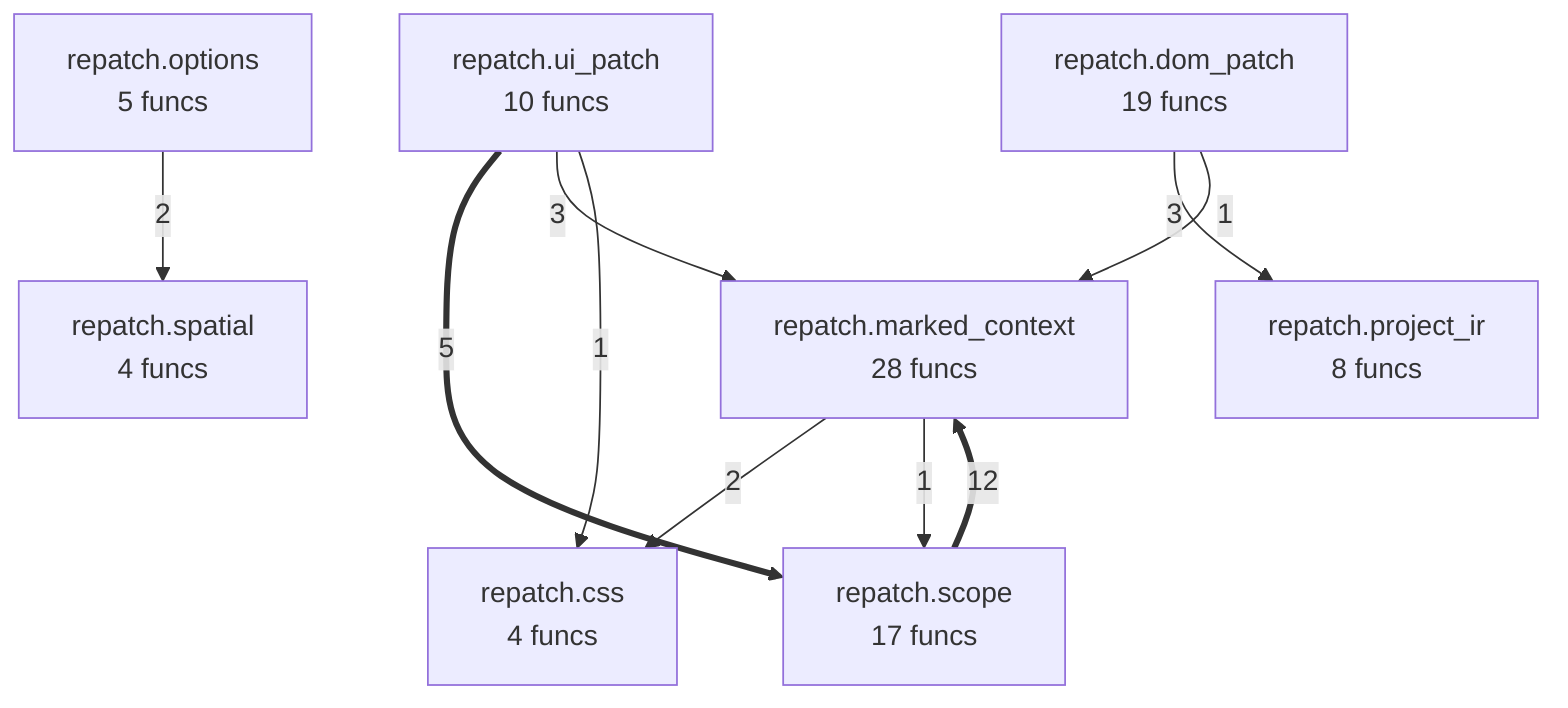
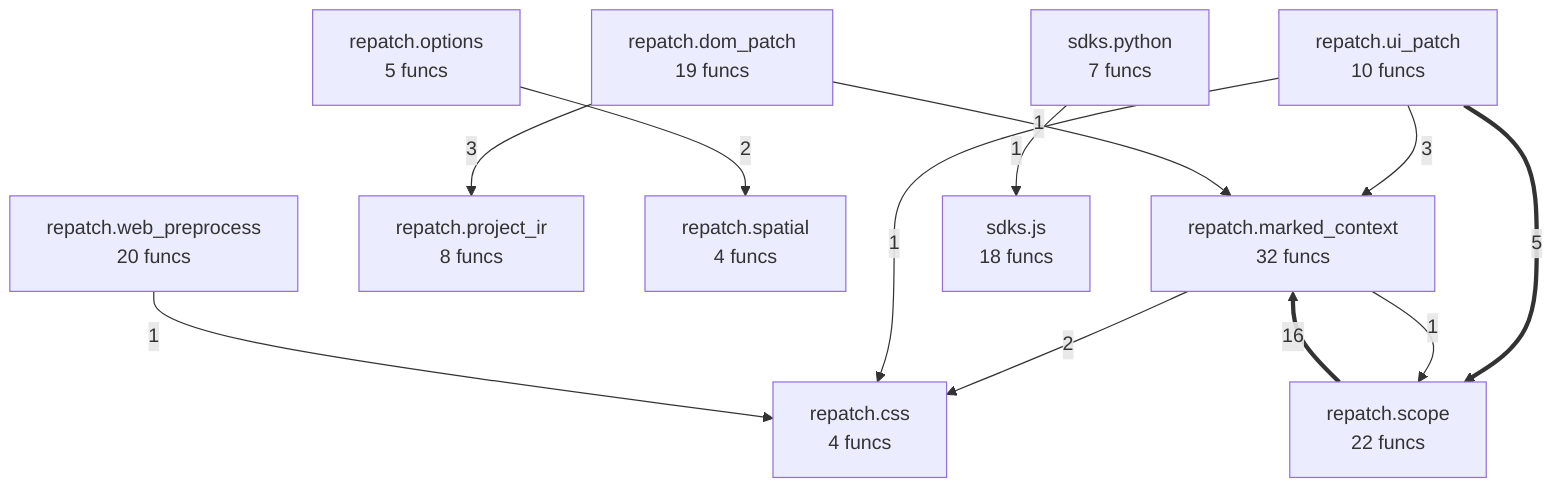
flowchart TD
%% generated in 0.00s
    repatch__css["repatch.css<br/>4 funcs"]
    repatch__dom_patch["repatch.dom_patch<br/>19 funcs"]
-     repatch__marked_context["repatch.marked_context<br/>28 funcs"]
+     repatch__marked_context["repatch.marked_context<br/>32 funcs"]
    repatch__options["repatch.options<br/>5 funcs"]
    repatch__project_ir["repatch.project_ir<br/>8 funcs"]
-     repatch__scope["repatch.scope<br/>17 funcs"]
+     repatch__scope["repatch.scope<br/>22 funcs"]
    repatch__spatial["repatch.spatial<br/>4 funcs"]
    repatch__ui_patch["repatch.ui_patch<br/>10 funcs"]
-     repatch__scope ==>|12| repatch__marked_context
+     repatch__web_preprocess["repatch.web_preprocess<br/>20 funcs"]
+     sdks__js["sdks.js<br/>18 funcs"]
+     sdks__python["sdks.python<br/>7 funcs"]
+     repatch__scope ==>|16| repatch__marked_context
    repatch__ui_patch ==>|5| repatch__scope
    repatch__dom_patch -->|3| repatch__project_ir
    repatch__ui_patch -->|3| repatch__marked_context
    repatch__marked_context -->|2| repatch__css
    repatch__options -->|2| repatch__spatial
    repatch__dom_patch -->|1| repatch__marked_context
    repatch__marked_context -->|1| repatch__scope
    repatch__ui_patch -->|1| repatch__css
+     repatch__web_preprocess -->|1| repatch__css
+     sdks__python -->|1| sdks__js
